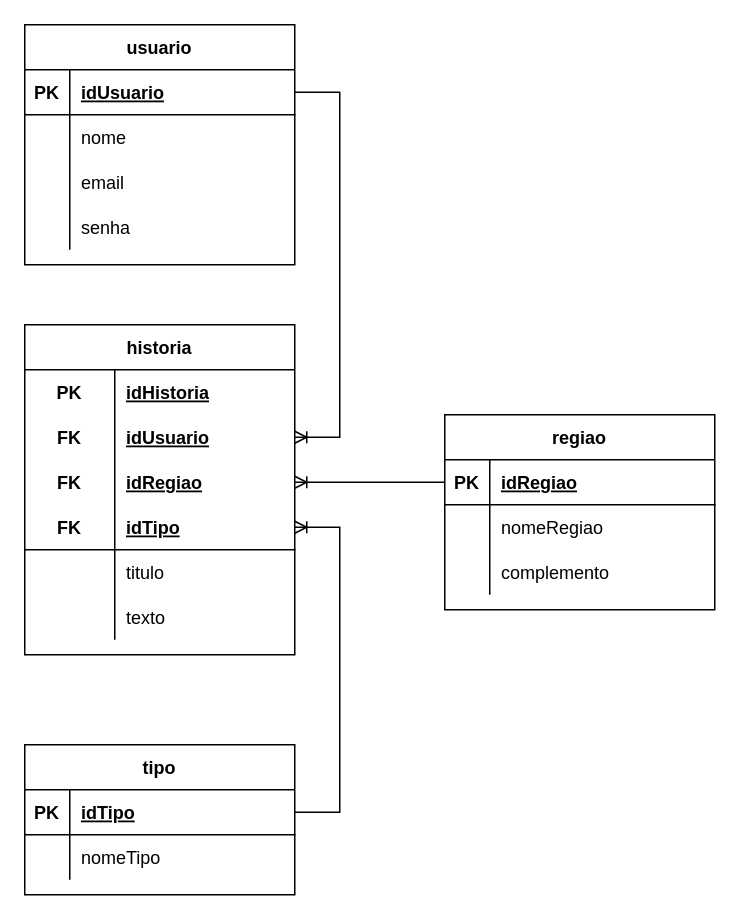
Earlier version of the draw.io diagram page "Modelo-Lógico" (2 of 2) of Banco de Dados/Modelagens/Modelagens-WTDNWYTK.drawio (lucaf-silvestri/Projeto_WTDNWYTK). Source tidied: cells renumbered, new cells numbered last; positions are measured from the earlier drawing's top-left corner, leaving out a move shared by most shapes. Both pictures are drawn from the tidied source at 150%, with x=0, y=0 at pixel (24, 24).
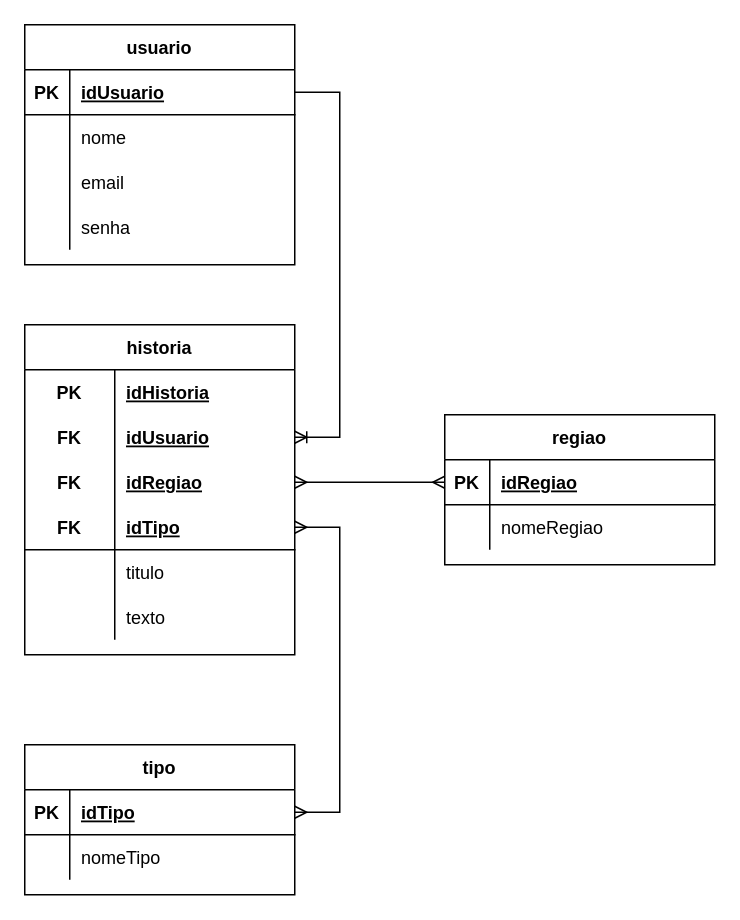
Above is the later version.

The change refers to these unchanged cells:
```xml
<mxCell id="16" style="shape=tableRow;horizontal=0;startSize=0;swimlaneHead=0;swimlaneBody=0;fillColor=none;points=[[0,0.5],[1,0.5]];portConstraint=eastwest;top=0;left=0;right=0;bottom=1;" parent="15" vertex="1">
  <mxGeometry y="30" width="180" height="30" as="geometry" />
</mxCell>
<mxCell id="26" style="shape=tableRow;horizontal=0;startSize=0;swimlaneHead=0;swimlaneBody=0;fillColor=none;points=[[0,0.5],[1,0.5]];portConstraint=eastwest;top=0;left=0;right=0;bottom=1;" parent="25" vertex="1">
  <mxGeometry y="30" width="180" height="30" as="geometry" />
</mxCell>
<mxCell id="39" style="shape=tableRow;horizontal=0;startSize=0;swimlaneHead=0;swimlaneBody=0;fillColor=none;points=[[0,0.5],[1,0.5]];portConstraint=eastwest;top=0;left=0;right=0;bottom=0;" parent="32" vertex="1">
  <mxGeometry y="90" width="180" height="30" as="geometry" />
</mxCell>
<mxCell id="42" style="shape=tableRow;horizontal=0;startSize=0;swimlaneHead=0;swimlaneBody=0;fillColor=none;points=[[0,0.5],[1,0.5]];portConstraint=eastwest;top=0;left=0;right=0;bottom=1;" parent="32" vertex="1">
  <mxGeometry y="120" width="180" height="30" as="geometry" />
</mxCell>
```

What changed in the source:
```diff
@@
     <mxCell id="15" value="regiao" style="shape=table;startSize=30;childLayout=tableLayout;rowLines=0;fontStyle=1;align=center;" parent="1" vertex="1">
-      <mxGeometry x="280" y="260" width="180" height="130" as="geometry" />
+      <mxGeometry x="280" y="260" width="180" height="100" as="geometry" />
     </mxCell>
@@
-    <mxCell id="22" style="shape=tableRow;horizontal=0;startSize=0;swimlaneHead=0;swimlaneBody=0;fillColor=none;top=0;left=0;right=0;bottom=0;" parent="15" vertex="1">
-      <mxGeometry y="90" width="180" height="30" as="geometry" />
-    </mxCell>
-    <mxCell id="23" style="shape=partialRectangle;fillColor=none;top=0;left=0;bottom=0;right=0;overflow=hidden;" parent="22" vertex="1">
-      <mxGeometry width="30" height="30" as="geometry" />
-    </mxCell>
-    <mxCell id="24" value="complemento" style="shape=partialRectangle;fillColor=none;top=0;left=0;bottom=0;right=0;align=left;spacingLeft=6;overflow=hidden;" parent="22" vertex="1">
-      <mxGeometry x="30" width="150" height="30" as="geometry" />
-    </mxCell>
@@
-    <mxCell id="51" style="edgeStyle=entityRelationEdgeStyle;fontSize=12;html=1;endArrow=ERoneToMany;rounded=0;" parent="1" edge="1" source="16" target="39">
-      <mxGeometry relative="1" as="geometry" />
-    </mxCell>
@@
-    <mxCell id="53" style="edgeStyle=entityRelationEdgeStyle;fontSize=12;html=1;endArrow=ERoneToMany;rounded=0;" parent="1" edge="1" source="26" target="42">
-      <mxGeometry relative="1" as="geometry" />
-    </mxCell>
+    <mxCell id="54" style="edgeStyle=entityRelationEdgeStyle;fontSize=12;html=1;endArrow=ERmany;startArrow=ERmany;rounded=0;entryX=0;entryY=0.5;entryDx=0;entryDy=0;exitX=1;exitY=0.5;exitDx=0;exitDy=0;" parent="1" edge="1" source="39" target="16">
+      <mxGeometry relative="1" as="geometry" />
+    </mxCell>
+    <mxCell id="55" style="edgeStyle=entityRelationEdgeStyle;fontSize=12;html=1;endArrow=ERmany;startArrow=ERmany;rounded=0;" parent="1" edge="1" source="42" target="26">
+      <mxGeometry relative="1" as="geometry" />
+    </mxCell>
```
